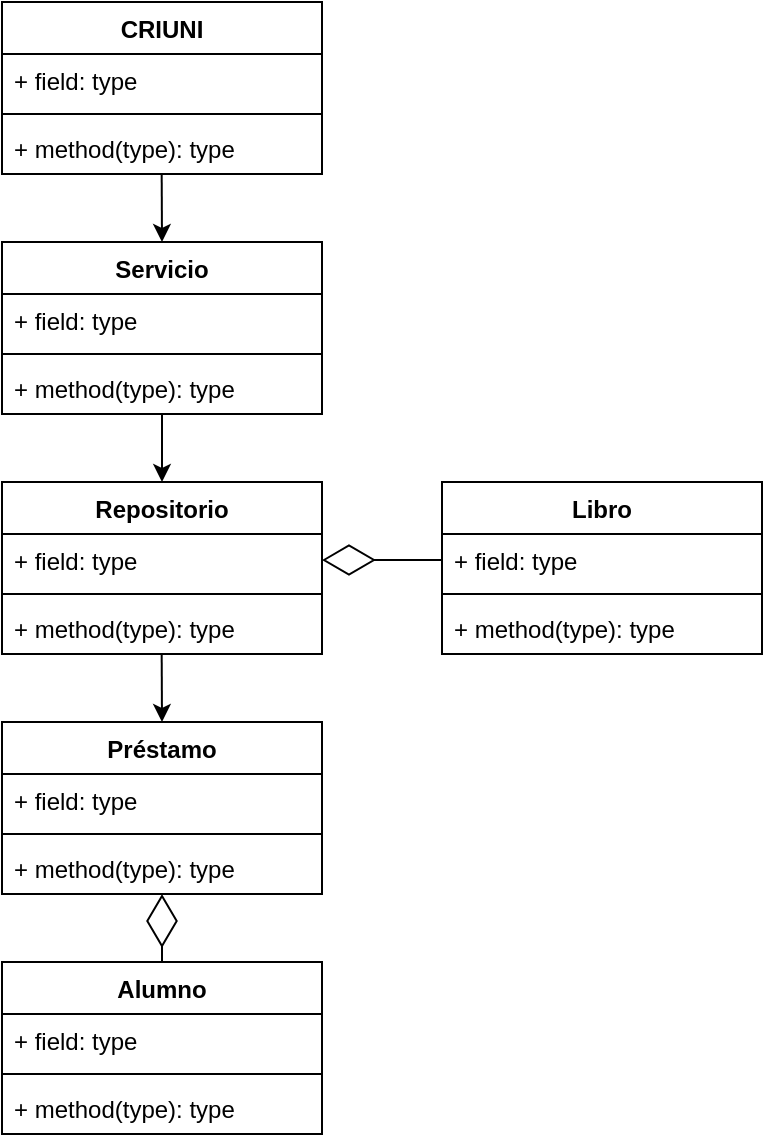
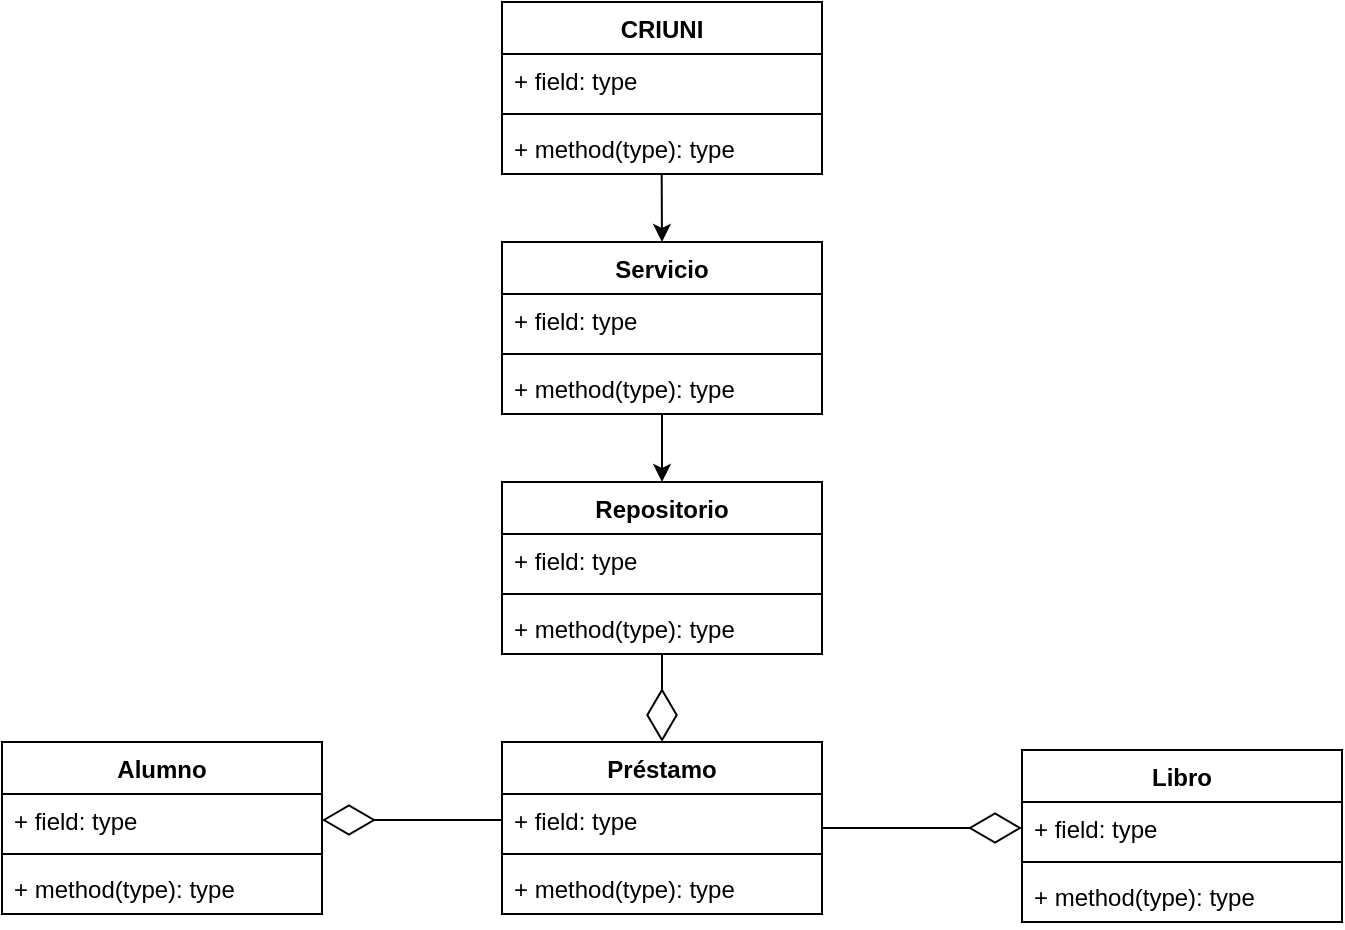
<mxfile host="Electron">
  <diagram name="Página-1" id="IiA8pfiyTM2gOfQTXteT">
-     <mxGraphModel dx="887" dy="375" grid="1" gridSize="10" guides="1" tooltips="1" connect="1" arrows="1" fold="1" page="1" pageScale="1" pageWidth="827" pageHeight="1169" math="0" shadow="0">
+     <mxGraphModel dx="1064" dy="450" grid="1" gridSize="10" guides="1" tooltips="1" connect="1" arrows="1" fold="1" page="1" pageScale="1" pageWidth="827" pageHeight="1169" math="0" shadow="0">
      <root>
        <mxCell id="0" />
        <mxCell id="1" parent="0" />
        <mxCell id="DXtYMHq3usAoL_-1xQiY-1" parent="1" style="swimlane;fontStyle=1;align=center;verticalAlign=top;childLayout=stackLayout;horizontal=1;startSize=26;horizontalStack=0;resizeParent=1;resizeParentMax=0;resizeLast=0;collapsible=1;marginBottom=0;whiteSpace=wrap;html=1;" value="Alumno" vertex="1">
-           <mxGeometry height="86" width="160" x="310" y="530" as="geometry" />
+           <mxGeometry height="86" width="160" x="60" y="420" as="geometry" />
        </mxCell>
        <mxCell id="DXtYMHq3usAoL_-1xQiY-2" parent="DXtYMHq3usAoL_-1xQiY-1" style="text;strokeColor=none;fillColor=none;align=left;verticalAlign=top;spacingLeft=4;spacingRight=4;overflow=hidden;rotatable=0;points=[[0,0.5],[1,0.5]];portConstraint=eastwest;whiteSpace=wrap;html=1;" value="+ field: type" vertex="1">
          <mxGeometry height="26" width="160" y="26" as="geometry" />
        </mxCell>
        <mxCell id="DXtYMHq3usAoL_-1xQiY-3" parent="DXtYMHq3usAoL_-1xQiY-1" style="line;strokeWidth=1;fillColor=none;align=left;verticalAlign=middle;spacingTop=-1;spacingLeft=3;spacingRight=3;rotatable=0;labelPosition=right;points=[];portConstraint=eastwest;strokeColor=inherit;" value="" vertex="1">
          <mxGeometry height="8" width="160" y="52" as="geometry" />
        </mxCell>
        <mxCell id="DXtYMHq3usAoL_-1xQiY-4" parent="DXtYMHq3usAoL_-1xQiY-1" style="text;strokeColor=none;fillColor=none;align=left;verticalAlign=top;spacingLeft=4;spacingRight=4;overflow=hidden;rotatable=0;points=[[0,0.5],[1,0.5]];portConstraint=eastwest;whiteSpace=wrap;html=1;" value="+ method(type): type" vertex="1">
          <mxGeometry height="26" width="160" y="60" as="geometry" />
        </mxCell>
        <mxCell id="DXtYMHq3usAoL_-1xQiY-5" parent="1" style="swimlane;fontStyle=1;align=center;verticalAlign=top;childLayout=stackLayout;horizontal=1;startSize=26;horizontalStack=0;resizeParent=1;resizeParentMax=0;resizeLast=0;collapsible=1;marginBottom=0;whiteSpace=wrap;html=1;" value="Libro" vertex="1">
-           <mxGeometry height="86" width="160" x="530" y="290" as="geometry" />
+           <mxGeometry height="86" width="160" x="570" y="424" as="geometry" />
        </mxCell>
        <mxCell id="DXtYMHq3usAoL_-1xQiY-6" parent="DXtYMHq3usAoL_-1xQiY-5" style="text;strokeColor=none;fillColor=none;align=left;verticalAlign=top;spacingLeft=4;spacingRight=4;overflow=hidden;rotatable=0;points=[[0,0.5],[1,0.5]];portConstraint=eastwest;whiteSpace=wrap;html=1;" value="+ field: type" vertex="1">
          <mxGeometry height="26" width="160" y="26" as="geometry" />
        </mxCell>
        <mxCell id="DXtYMHq3usAoL_-1xQiY-7" parent="DXtYMHq3usAoL_-1xQiY-5" style="line;strokeWidth=1;fillColor=none;align=left;verticalAlign=middle;spacingTop=-1;spacingLeft=3;spacingRight=3;rotatable=0;labelPosition=right;points=[];portConstraint=eastwest;strokeColor=inherit;" value="" vertex="1">
          <mxGeometry height="8" width="160" y="52" as="geometry" />
        </mxCell>
        <mxCell id="DXtYMHq3usAoL_-1xQiY-8" parent="DXtYMHq3usAoL_-1xQiY-5" style="text;strokeColor=none;fillColor=none;align=left;verticalAlign=top;spacingLeft=4;spacingRight=4;overflow=hidden;rotatable=0;points=[[0,0.5],[1,0.5]];portConstraint=eastwest;whiteSpace=wrap;html=1;" value="+ method(type): type" vertex="1">
          <mxGeometry height="26" width="160" y="60" as="geometry" />
        </mxCell>
        <mxCell id="DXtYMHq3usAoL_-1xQiY-9" parent="1" style="swimlane;fontStyle=1;align=center;verticalAlign=top;childLayout=stackLayout;horizontal=1;startSize=26;horizontalStack=0;resizeParent=1;resizeParentMax=0;resizeLast=0;collapsible=1;marginBottom=0;whiteSpace=wrap;html=1;" value="Préstamo" vertex="1">
-           <mxGeometry height="86" width="160" x="310" y="410" as="geometry" />
+           <mxGeometry height="86" width="160" x="310" y="420" as="geometry" />
        </mxCell>
        <mxCell id="DXtYMHq3usAoL_-1xQiY-10" parent="DXtYMHq3usAoL_-1xQiY-9" style="text;strokeColor=none;fillColor=none;align=left;verticalAlign=top;spacingLeft=4;spacingRight=4;overflow=hidden;rotatable=0;points=[[0,0.5],[1,0.5]];portConstraint=eastwest;whiteSpace=wrap;html=1;" value="+ field: type" vertex="1">
          <mxGeometry height="26" width="160" y="26" as="geometry" />
        </mxCell>
        <mxCell id="DXtYMHq3usAoL_-1xQiY-11" parent="DXtYMHq3usAoL_-1xQiY-9" style="line;strokeWidth=1;fillColor=none;align=left;verticalAlign=middle;spacingTop=-1;spacingLeft=3;spacingRight=3;rotatable=0;labelPosition=right;points=[];portConstraint=eastwest;strokeColor=inherit;" value="" vertex="1">
          <mxGeometry height="8" width="160" y="52" as="geometry" />
        </mxCell>
        <mxCell id="DXtYMHq3usAoL_-1xQiY-12" parent="DXtYMHq3usAoL_-1xQiY-9" style="text;strokeColor=none;fillColor=none;align=left;verticalAlign=top;spacingLeft=4;spacingRight=4;overflow=hidden;rotatable=0;points=[[0,0.5],[1,0.5]];portConstraint=eastwest;whiteSpace=wrap;html=1;" value="+ method(type): type" vertex="1">
          <mxGeometry height="26" width="160" y="60" as="geometry" />
        </mxCell>
        <mxCell id="DXtYMHq3usAoL_-1xQiY-13" parent="1" style="swimlane;fontStyle=1;align=center;verticalAlign=top;childLayout=stackLayout;horizontal=1;startSize=26;horizontalStack=0;resizeParent=1;resizeParentMax=0;resizeLast=0;collapsible=1;marginBottom=0;whiteSpace=wrap;html=1;" value="CRIUNI" vertex="1">
          <mxGeometry height="86" width="160" x="310" y="50" as="geometry" />
        </mxCell>
        <mxCell id="DXtYMHq3usAoL_-1xQiY-14" parent="DXtYMHq3usAoL_-1xQiY-13" style="text;strokeColor=none;fillColor=none;align=left;verticalAlign=top;spacingLeft=4;spacingRight=4;overflow=hidden;rotatable=0;points=[[0,0.5],[1,0.5]];portConstraint=eastwest;whiteSpace=wrap;html=1;" value="+ field: type" vertex="1">
          <mxGeometry height="26" width="160" y="26" as="geometry" />
        </mxCell>
        <mxCell id="DXtYMHq3usAoL_-1xQiY-15" parent="DXtYMHq3usAoL_-1xQiY-13" style="line;strokeWidth=1;fillColor=none;align=left;verticalAlign=middle;spacingTop=-1;spacingLeft=3;spacingRight=3;rotatable=0;labelPosition=right;points=[];portConstraint=eastwest;strokeColor=inherit;" value="" vertex="1">
          <mxGeometry height="8" width="160" y="52" as="geometry" />
        </mxCell>
        <mxCell id="DXtYMHq3usAoL_-1xQiY-16" parent="DXtYMHq3usAoL_-1xQiY-13" style="text;strokeColor=none;fillColor=none;align=left;verticalAlign=top;spacingLeft=4;spacingRight=4;overflow=hidden;rotatable=0;points=[[0,0.5],[1,0.5]];portConstraint=eastwest;whiteSpace=wrap;html=1;" value="+ method(type): type" vertex="1">
          <mxGeometry height="26" width="160" y="60" as="geometry" />
        </mxCell>
        <mxCell id="DXtYMHq3usAoL_-1xQiY-17" parent="1" style="swimlane;fontStyle=1;align=center;verticalAlign=top;childLayout=stackLayout;horizontal=1;startSize=26;horizontalStack=0;resizeParent=1;resizeParentMax=0;resizeLast=0;collapsible=1;marginBottom=0;whiteSpace=wrap;html=1;" value="Repositorio" vertex="1">
          <mxGeometry height="86" width="160" x="310" y="290" as="geometry" />
        </mxCell>
        <mxCell id="DXtYMHq3usAoL_-1xQiY-18" parent="DXtYMHq3usAoL_-1xQiY-17" style="text;strokeColor=none;fillColor=none;align=left;verticalAlign=top;spacingLeft=4;spacingRight=4;overflow=hidden;rotatable=0;points=[[0,0.5],[1,0.5]];portConstraint=eastwest;whiteSpace=wrap;html=1;" value="+ field: type" vertex="1">
          <mxGeometry height="26" width="160" y="26" as="geometry" />
        </mxCell>
        <mxCell id="DXtYMHq3usAoL_-1xQiY-19" parent="DXtYMHq3usAoL_-1xQiY-17" style="line;strokeWidth=1;fillColor=none;align=left;verticalAlign=middle;spacingTop=-1;spacingLeft=3;spacingRight=3;rotatable=0;labelPosition=right;points=[];portConstraint=eastwest;strokeColor=inherit;" value="" vertex="1">
          <mxGeometry height="8" width="160" y="52" as="geometry" />
        </mxCell>
        <mxCell id="DXtYMHq3usAoL_-1xQiY-20" parent="DXtYMHq3usAoL_-1xQiY-17" style="text;strokeColor=none;fillColor=none;align=left;verticalAlign=top;spacingLeft=4;spacingRight=4;overflow=hidden;rotatable=0;points=[[0,0.5],[1,0.5]];portConstraint=eastwest;whiteSpace=wrap;html=1;" value="+ method(type): type" vertex="1">
          <mxGeometry height="26" width="160" y="60" as="geometry" />
        </mxCell>
        <mxCell id="DXtYMHq3usAoL_-1xQiY-25" parent="1" style="swimlane;fontStyle=1;align=center;verticalAlign=top;childLayout=stackLayout;horizontal=1;startSize=26;horizontalStack=0;resizeParent=1;resizeParentMax=0;resizeLast=0;collapsible=1;marginBottom=0;whiteSpace=wrap;html=1;" value="Servicio" vertex="1">
          <mxGeometry height="86" width="160" x="310" y="170" as="geometry" />
        </mxCell>
        <mxCell id="DXtYMHq3usAoL_-1xQiY-26" parent="DXtYMHq3usAoL_-1xQiY-25" style="text;strokeColor=none;fillColor=none;align=left;verticalAlign=top;spacingLeft=4;spacingRight=4;overflow=hidden;rotatable=0;points=[[0,0.5],[1,0.5]];portConstraint=eastwest;whiteSpace=wrap;html=1;" value="+ field: type" vertex="1">
          <mxGeometry height="26" width="160" y="26" as="geometry" />
        </mxCell>
        <mxCell id="DXtYMHq3usAoL_-1xQiY-27" parent="DXtYMHq3usAoL_-1xQiY-25" style="line;strokeWidth=1;fillColor=none;align=left;verticalAlign=middle;spacingTop=-1;spacingLeft=3;spacingRight=3;rotatable=0;labelPosition=right;points=[];portConstraint=eastwest;strokeColor=inherit;" value="" vertex="1">
          <mxGeometry height="8" width="160" y="52" as="geometry" />
        </mxCell>
        <mxCell id="DXtYMHq3usAoL_-1xQiY-28" parent="DXtYMHq3usAoL_-1xQiY-25" style="text;strokeColor=none;fillColor=none;align=left;verticalAlign=top;spacingLeft=4;spacingRight=4;overflow=hidden;rotatable=0;points=[[0,0.5],[1,0.5]];portConstraint=eastwest;whiteSpace=wrap;html=1;" value="+ method(type): type" vertex="1">
          <mxGeometry height="26" width="160" y="60" as="geometry" />
        </mxCell>
        <mxCell id="DXtYMHq3usAoL_-1xQiY-29" edge="1" parent="1" source="DXtYMHq3usAoL_-1xQiY-16" style="endArrow=classic;html=1;rounded=0;entryX=0.5;entryY=0;entryDx=0;entryDy=0;exitX=0.499;exitY=1.003;exitDx=0;exitDy=0;exitPerimeter=0;" target="DXtYMHq3usAoL_-1xQiY-25" value="">
          <mxGeometry height="50" relative="1" width="50" as="geometry">
            <Array as="points" />
            <mxPoint x="390" y="140" as="sourcePoint" />
            <mxPoint x="470" y="270" as="targetPoint" />
          </mxGeometry>
        </mxCell>
        <mxCell id="DXtYMHq3usAoL_-1xQiY-30" edge="1" parent="1" source="DXtYMHq3usAoL_-1xQiY-25" style="endArrow=classic;html=1;rounded=0;exitX=0.5;exitY=1;exitDx=0;exitDy=0;entryX=0.5;entryY=0;entryDx=0;entryDy=0;" target="DXtYMHq3usAoL_-1xQiY-17" value="">
          <mxGeometry height="50" relative="1" width="50" as="geometry">
            <mxPoint x="380" y="150" as="sourcePoint" />
            <mxPoint x="380" y="182" as="targetPoint" />
          </mxGeometry>
        </mxCell>
-         <mxCell id="DXtYMHq3usAoL_-1xQiY-31" edge="1" parent="1" source="DXtYMHq3usAoL_-1xQiY-6" style="endArrow=diamondThin;endFill=0;endSize=24;html=1;rounded=0;exitX=0;exitY=0.5;exitDx=0;exitDy=0;entryX=1;entryY=0.5;entryDx=0;entryDy=0;" target="DXtYMHq3usAoL_-1xQiY-18" value="">
+         <mxCell id="DXtYMHq3usAoL_-1xQiY-31" edge="1" parent="1" source="DXtYMHq3usAoL_-1xQiY-9" style="endArrow=diamondThin;endFill=0;endSize=24;html=1;rounded=0;exitX=1;exitY=0.5;exitDx=0;exitDy=0;entryX=0;entryY=0.5;entryDx=0;entryDy=0;" target="DXtYMHq3usAoL_-1xQiY-6" value="">
          <mxGeometry relative="1" width="160" as="geometry">
-             <mxPoint x="180" y="330" as="sourcePoint" />
-             <mxPoint x="500" y="300" as="targetPoint" />
+             <mxPoint x="190" y="464" as="sourcePoint" />
+             <mxPoint x="510" y="494" as="targetPoint" />
          </mxGeometry>
        </mxCell>
-         <mxCell id="DXtYMHq3usAoL_-1xQiY-35" edge="1" parent="1" source="DXtYMHq3usAoL_-1xQiY-1" style="endArrow=diamondThin;endFill=0;endSize=24;html=1;rounded=0;entryX=0.5;entryY=1;entryDx=0;entryDy=0;exitX=0.5;exitY=0;exitDx=0;exitDy=0;" target="DXtYMHq3usAoL_-1xQiY-9" value="">
+         <mxCell id="DXtYMHq3usAoL_-1xQiY-35" edge="1" parent="1" source="DXtYMHq3usAoL_-1xQiY-10" style="endArrow=diamondThin;endFill=0;endSize=24;html=1;rounded=0;exitX=0;exitY=0.5;exitDx=0;exitDy=0;entryX=1;entryY=0.5;entryDx=0;entryDy=0;" target="DXtYMHq3usAoL_-1xQiY-2" value="">
          <mxGeometry relative="1" width="160" as="geometry">
-             <mxPoint x="290" y="480" as="sourcePoint" />
-             <mxPoint x="350" y="480" as="targetPoint" />
+             <mxPoint x="270" y="466.81" as="sourcePoint" />
+             <mxPoint x="270" y="494" as="targetPoint" />
          </mxGeometry>
        </mxCell>
-         <mxCell id="DXtYMHq3usAoL_-1xQiY-36" edge="1" parent="1" source="DXtYMHq3usAoL_-1xQiY-20" style="endArrow=classic;html=1;rounded=0;entryX=0.5;entryY=0;entryDx=0;entryDy=0;exitX=0.499;exitY=1.002;exitDx=0;exitDy=0;exitPerimeter=0;" target="DXtYMHq3usAoL_-1xQiY-9" value="">
-           <mxGeometry height="50" relative="1" width="50" as="geometry">
-             <Array as="points" />
-             <mxPoint x="420" y="390" as="sourcePoint" />
-             <mxPoint x="510" y="470" as="targetPoint" />
+         <mxCell id="DXtYMHq3usAoL_-1xQiY-40" edge="1" parent="1" source="DXtYMHq3usAoL_-1xQiY-17" style="endArrow=diamondThin;endFill=0;endSize=24;html=1;rounded=0;exitX=0.5;exitY=1;exitDx=0;exitDy=0;entryX=0.5;entryY=0;entryDx=0;entryDy=0;" target="DXtYMHq3usAoL_-1xQiY-9" value="">
+           <mxGeometry relative="1" width="160" as="geometry">
+             <mxPoint x="470" y="390" as="sourcePoint" />
+             <mxPoint x="410" y="390" as="targetPoint" />
          </mxGeometry>
        </mxCell>
      </root>
    </mxGraphModel>
  </diagram>
</mxfile>
